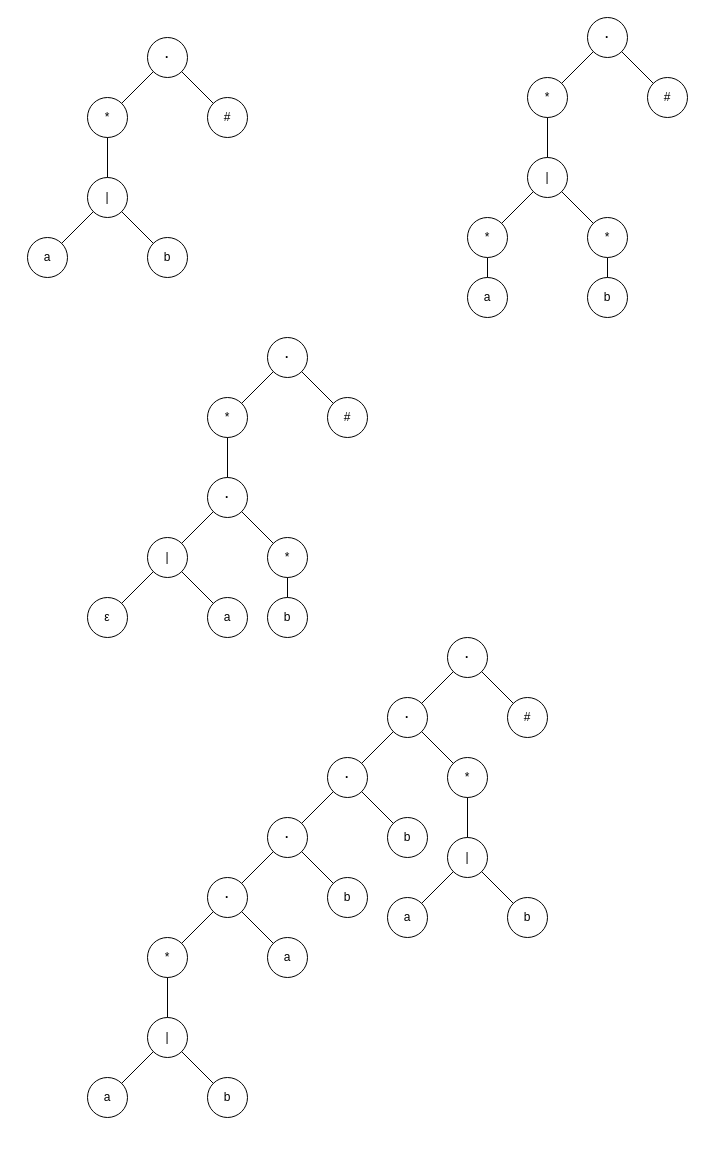
The draw.io diagram DFA.drawio in D-Sketon/NFA, before the edit. Source tidied: cells renumbered, new cells numbered last; positions are measured from the earlier drawing's top-left corner, leaving out a move shared by most shapes. Both pictures are drawn from the tidied source at 100%, with x=0, y=0 at pixel (27, 17).
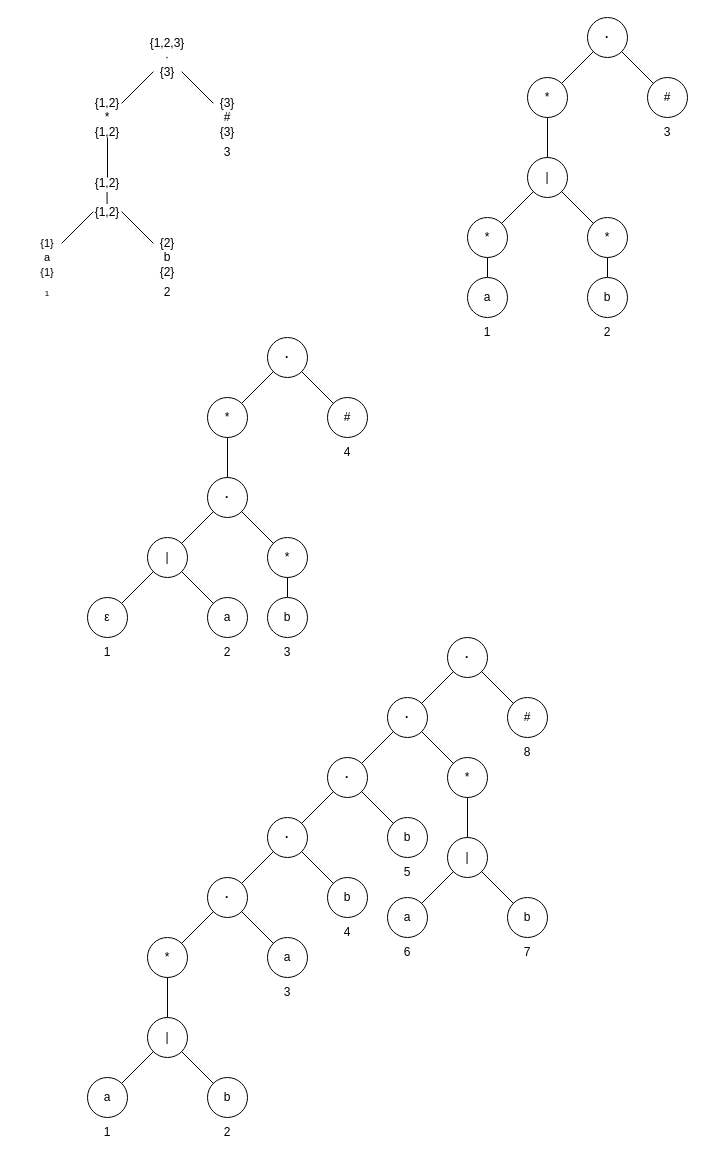
Above is the later version.

Diff of the diagram source:
```diff
@@
-    <mxCell id="2" value="a" style="ellipse;whiteSpace=wrap;html=1;" parent="1" vertex="1">
+    <mxCell id="2" value="&lt;font style=&quot;font-size: 11px;&quot;&gt;{1}&lt;br&gt;a&lt;br&gt;{1}&lt;/font&gt;" style="ellipse;whiteSpace=wrap;html=1;strokeColor=none;" parent="1" vertex="1">
       <mxGeometry y="220" width="40" height="40" as="geometry" />
     </mxCell>
-    <mxCell id="3" value="b" style="ellipse;whiteSpace=wrap;html=1;" parent="1" vertex="1">
+    <mxCell id="3" value="{2}&lt;br&gt;b&lt;br&gt;{2}" style="ellipse;whiteSpace=wrap;html=1;strokeColor=none;" parent="1" vertex="1">
       <mxGeometry x="120" y="220" width="40" height="40" as="geometry" />
     </mxCell>
-    <mxCell id="4" value="|" style="ellipse;whiteSpace=wrap;html=1;" parent="1" vertex="1">
+    <mxCell id="4" value="{1,2}&lt;br&gt;|&lt;br&gt;{1,2}" style="ellipse;whiteSpace=wrap;html=1;strokeColor=none;" parent="1" vertex="1">
       <mxGeometry x="60" y="160" width="40" height="40" as="geometry" />
     </mxCell>
@@
-    <mxCell id="7" value="*" style="ellipse;whiteSpace=wrap;html=1;" parent="1" vertex="1">
+    <mxCell id="7" value="{1,2}&lt;br&gt;*&lt;br&gt;{1,2}" style="ellipse;whiteSpace=wrap;html=1;strokeColor=none;" parent="1" vertex="1">
       <mxGeometry x="60" y="80" width="40" height="40" as="geometry" />
     </mxCell>
@@
-    <mxCell id="62" value="&lt;b&gt;·&lt;/b&gt;" style="ellipse;whiteSpace=wrap;html=1;" parent="1" vertex="1">
+    <mxCell id="62" value="{1,2,3}&lt;br&gt;·&lt;br&gt;{3}" style="ellipse;whiteSpace=wrap;html=1;strokeColor=none;" parent="1" vertex="1">
       <mxGeometry x="120" y="20" width="40" height="40" as="geometry" />
     </mxCell>
@@
-    <mxCell id="64" value="#" style="ellipse;whiteSpace=wrap;html=1;" parent="1" vertex="1">
+    <mxCell id="64" value="{3}&lt;br&gt;#&lt;br&gt;{3}" style="ellipse;whiteSpace=wrap;html=1;strokeColor=none;" parent="1" vertex="1">
       <mxGeometry x="180" y="80" width="40" height="40" as="geometry" />
     </mxCell>
@@
+    <mxCell id="78" value="&lt;font style=&quot;font-size: 8px;&quot;&gt;1&lt;/font&gt;" style="text;html=1;strokeColor=none;fillColor=none;align=center;verticalAlign=middle;whiteSpace=wrap;rounded=0;" parent="1" vertex="1">
+      <mxGeometry x="-10" y="260" width="60" height="30" as="geometry" />
+    </mxCell>
+    <mxCell id="79" value="2" style="text;html=1;strokeColor=none;fillColor=none;align=center;verticalAlign=middle;whiteSpace=wrap;rounded=0;" parent="1" vertex="1">
+      <mxGeometry x="110" y="260" width="60" height="30" as="geometry" />
+    </mxCell>
+    <mxCell id="80" value="3" style="text;html=1;strokeColor=none;fillColor=none;align=center;verticalAlign=middle;whiteSpace=wrap;rounded=0;" parent="1" vertex="1">
+      <mxGeometry x="170" y="120" width="60" height="30" as="geometry" />
+    </mxCell>
+    <mxCell id="81" value="1" style="text;html=1;strokeColor=none;fillColor=none;align=center;verticalAlign=middle;whiteSpace=wrap;rounded=0;" parent="1" vertex="1">
+      <mxGeometry x="430" y="300" width="60" height="30" as="geometry" />
+    </mxCell>
+    <mxCell id="82" value="2" style="text;html=1;strokeColor=none;fillColor=none;align=center;verticalAlign=middle;whiteSpace=wrap;rounded=0;" parent="1" vertex="1">
+      <mxGeometry x="550" y="300" width="60" height="30" as="geometry" />
+    </mxCell>
+    <mxCell id="83" value="3" style="text;html=1;strokeColor=none;fillColor=none;align=center;verticalAlign=middle;whiteSpace=wrap;rounded=0;" parent="1" vertex="1">
+      <mxGeometry x="610" y="100" width="60" height="30" as="geometry" />
+    </mxCell>
+    <mxCell id="84" value="1" style="text;html=1;strokeColor=none;fillColor=none;align=center;verticalAlign=middle;whiteSpace=wrap;rounded=0;" parent="1" vertex="1">
+      <mxGeometry x="50" y="620" width="60" height="30" as="geometry" />
+    </mxCell>
+    <mxCell id="85" value="2" style="text;html=1;strokeColor=none;fillColor=none;align=center;verticalAlign=middle;whiteSpace=wrap;rounded=0;" parent="1" vertex="1">
+      <mxGeometry x="170" y="620" width="60" height="30" as="geometry" />
+    </mxCell>
+    <mxCell id="86" value="3" style="text;html=1;strokeColor=none;fillColor=none;align=center;verticalAlign=middle;whiteSpace=wrap;rounded=0;" parent="1" vertex="1">
+      <mxGeometry x="230" y="620" width="60" height="30" as="geometry" />
+    </mxCell>
+    <mxCell id="87" value="4" style="text;html=1;strokeColor=none;fillColor=none;align=center;verticalAlign=middle;whiteSpace=wrap;rounded=0;" parent="1" vertex="1">
+      <mxGeometry x="290" y="420" width="60" height="30" as="geometry" />
+    </mxCell>
+    <mxCell id="88" value="1" style="text;html=1;strokeColor=none;fillColor=none;align=center;verticalAlign=middle;whiteSpace=wrap;rounded=0;" parent="1" vertex="1">
+      <mxGeometry x="50" y="1100" width="60" height="30" as="geometry" />
+    </mxCell>
+    <mxCell id="89" value="2" style="text;html=1;strokeColor=none;fillColor=none;align=center;verticalAlign=middle;whiteSpace=wrap;rounded=0;" parent="1" vertex="1">
+      <mxGeometry x="170" y="1100" width="60" height="30" as="geometry" />
+    </mxCell>
+    <mxCell id="90" value="3" style="text;html=1;strokeColor=none;fillColor=none;align=center;verticalAlign=middle;whiteSpace=wrap;rounded=0;" parent="1" vertex="1">
+      <mxGeometry x="230" y="960" width="60" height="30" as="geometry" />
+    </mxCell>
+    <mxCell id="91" value="4" style="text;html=1;strokeColor=none;fillColor=none;align=center;verticalAlign=middle;whiteSpace=wrap;rounded=0;" parent="1" vertex="1">
+      <mxGeometry x="290" y="900" width="60" height="30" as="geometry" />
+    </mxCell>
+    <mxCell id="92" value="5" style="text;html=1;strokeColor=none;fillColor=none;align=center;verticalAlign=middle;whiteSpace=wrap;rounded=0;" parent="1" vertex="1">
+      <mxGeometry x="350" y="840" width="60" height="30" as="geometry" />
+    </mxCell>
+    <mxCell id="93" value="6" style="text;html=1;strokeColor=none;fillColor=none;align=center;verticalAlign=middle;whiteSpace=wrap;rounded=0;" parent="1" vertex="1">
+      <mxGeometry x="350" y="920" width="60" height="30" as="geometry" />
+    </mxCell>
+    <mxCell id="94" value="7" style="text;html=1;strokeColor=none;fillColor=none;align=center;verticalAlign=middle;whiteSpace=wrap;rounded=0;" parent="1" vertex="1">
+      <mxGeometry x="470" y="920" width="60" height="30" as="geometry" />
+    </mxCell>
+    <mxCell id="95" value="8" style="text;html=1;strokeColor=none;fillColor=none;align=center;verticalAlign=middle;whiteSpace=wrap;rounded=0;" parent="1" vertex="1">
+      <mxGeometry x="470" y="720" width="60" height="30" as="geometry" />
+    </mxCell>
```
